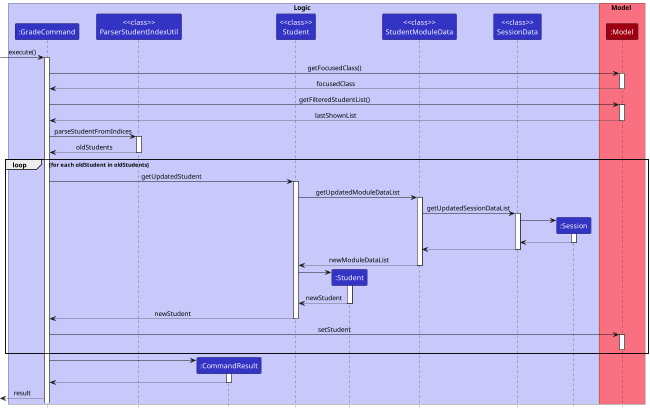
Above: docs/images/GradeCommandSequenceDiagram.png in nus-cs2103-AY2223S1/tp (PlantUML), before the change.
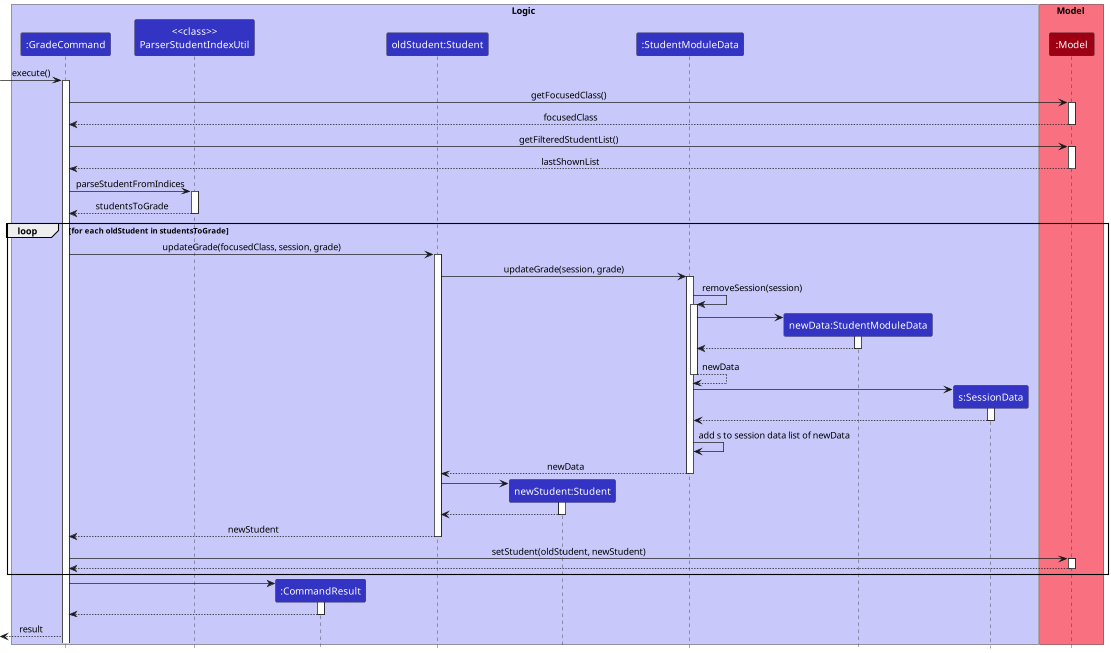
Above is the later version.

Diff of the diagram source:
```diff
@@ -5,11 +5,11 @@
 participant ":GradeCommand" as GradeCommand LOGIC_COLOR
 participant "<<class>>\nParserStudentIndexUtil" as Util LOGIC_COLOR
 participant ":CommandResult" as CommandResult LOGIC_COLOR
-participant "<<class>>\nStudent" as StudentC LOGIC_COLOR
-participant ":Student" as Student LOGIC_COLOR
-participant "<<class>>\nStudentModuleData" as SMD LOGIC_COLOR
-participant "<<class>>\nSessionData" as SD LOGIC_COLOR
-participant ":Session" as Session LOGIC_COLOR
+participant "oldStudent:Student" as OldStudent LOGIC_COLOR
+participant "newStudent:Student" as Student LOGIC_COLOR
+participant ":StudentModuleData" as SMD LOGIC_COLOR
+participant "newData:StudentModuleData" as NSMD LOGIC_COLOR
+participant "s:SessionData" as SD LOGIC_COLOR
 end box
 
 box Model MODEL_COLOR_T1
@@ -31,41 +31,49 @@
 
 GradeCommand -> Util: parseStudentFromIndices
 activate Util
-Util --> GradeCommand: oldStudents
+Util --> GradeCommand: studentsToGrade
 deactivate Util
 
-loop for each oldStudent in oldStudents
-    GradeCommand -> StudentC: getUpdatedStudent
-    activate StudentC
+loop for each oldStudent in studentsToGrade
+    GradeCommand -> OldStudent: updateGrade(focusedClass, session, grade)
+    activate OldStudent
 
-    StudentC -> SMD: getUpdatedModuleDataList
+    OldStudent -> SMD: updateGrade(session, grade)
     activate SMD
 
-    SMD -> SD: getUpdatedSessionDataList
+    SMD -> SMD : removeSession(session)
+    activate SMD
+    create NSMD
+    SMD -> NSMD
+    activate NSMD
+    NSMD --> SMD
+    deactivate NSMD
+    SMD --> SMD: newData
+    deactivate SMD
+
+    create SD
+    SMD -> SD
     activate SD
-    create Session
-    SD -> Session
-    activate Session
-    Session --> SD
-    deactivate Session
     SD --> SMD
     deactivate SD
 
+    SMD -> SMD: add s to session data list of newData
 
-    SMD --> StudentC: newModuleDataList
+    SMD --> OldStudent: newData
     deactivate SMD
 
     create Student
-    StudentC -> Student
+    OldStudent -> Student
     activate Student
-    Student --> StudentC: newStudent
+    Student --> OldStudent
     deactivate Student
 
-    StudentC --> GradeCommand: newStudent
-    deactivate StudentC
+    OldStudent --> GradeCommand: newStudent
+    deactivate OldStudent
 
-    GradeCommand -> Model: setStudent
+    GradeCommand -> Model: setStudent(oldStudent, newStudent)
     activate Model
+    Model --> GradeCommand
     deactivate Model
 end
 
```
